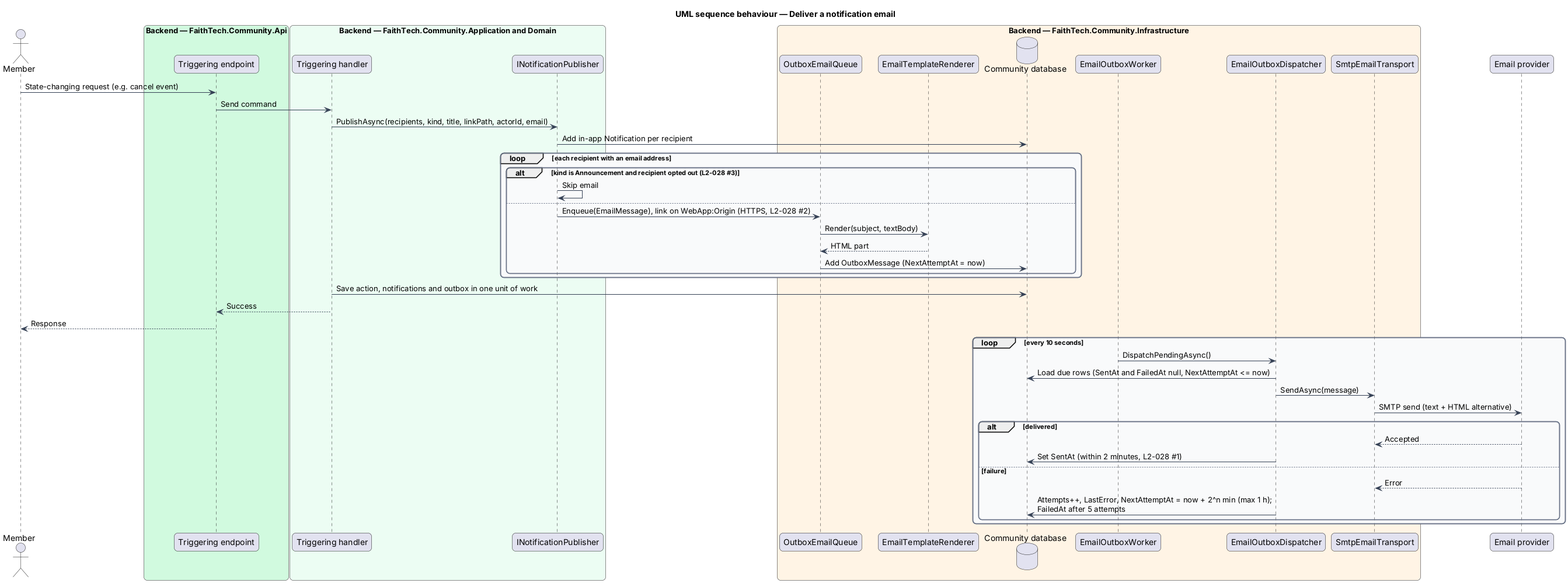
Before: docs/detailed-designs/notifications/email-notifications/diagrams/sequence-deliver-email.png, a diagram exported from PlantUML (QuinntyneBrown/faithtech-community).
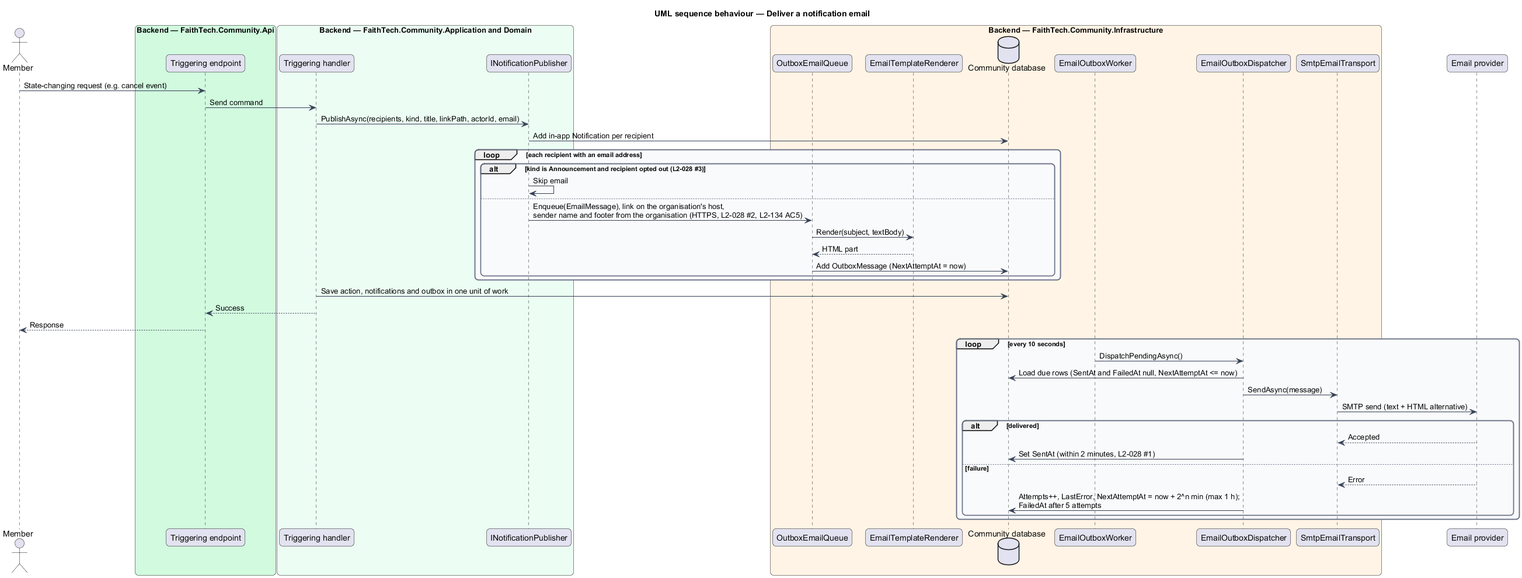
Later version of the same file.

Diff of the diagram source:
```diff
@@ -39,7 +39,7 @@
   alt kind is Announcement and recipient opted out (L2-028 #3)
     pub -> pub : Skip email
   else
-    pub -> q : Enqueue(EmailMessage), link on WebApp:Origin (HTTPS, L2-028 #2)
+    pub -> q : Enqueue(EmailMessage), link on the organisation's host,\nsender name and footer from the organisation (HTTPS, L2-028 #2, L2-134 AC5)
     q -> r : Render(subject, textBody)
     r --> q : HTML part
     q -> db : Add OutboxMessage (NextAttemptAt = now)
```
